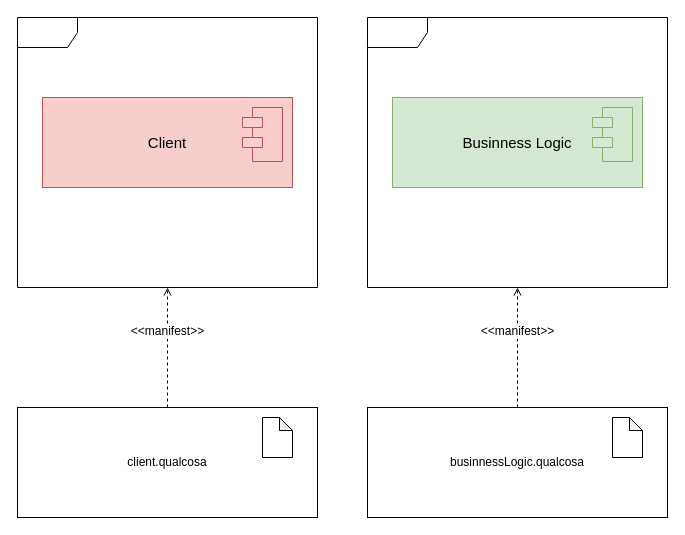
Marco-Burattoni/Progetto-ids keeps this draw.io diagram as page "artefatti" (1 of 2) of progettazione/deployment.drawio. Above is the earlier version. Source tidied: cells renumbered, new cells numbered last; positions are measured from the earlier drawing's top-left corner, leaving out a move shared by most shapes. Both pictures are drawn from the tidied source at 100%, with x=0, y=0 at pixel (17, 17).
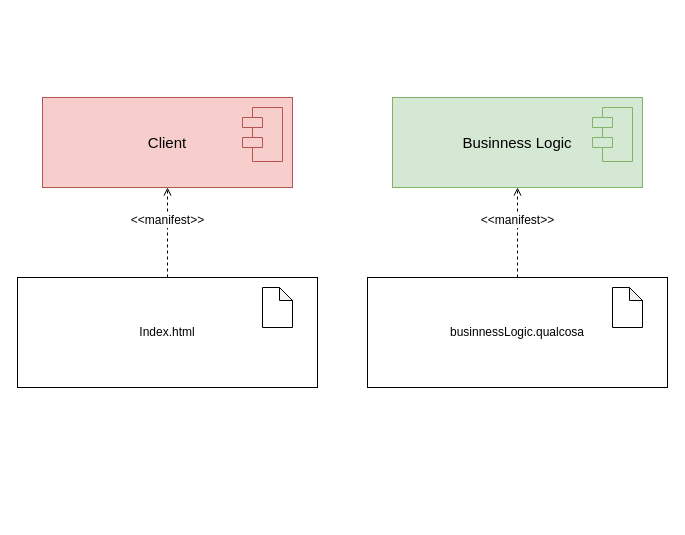
The same diagram, later.

Change to the diagram source:
```diff
@@
 <mxGraphModel>
   <root>
     <mxCell id="0" />
     <mxCell id="1" parent="0" />
-    <mxCell id="2" style="shape=umlFrame;whiteSpace=wrap;html=1;" parent="1" vertex="1">
-      <mxGeometry width="300" height="270" as="geometry" />
-    </mxCell>
     <mxCell id="3" value="Client" style="rounded=0;whiteSpace=wrap;html=1;fontSize=15;fillColor=#f8cecc;strokeColor=#b85450;" parent="1" vertex="1">
       <mxGeometry x="25" y="80" width="250" height="90" as="geometry" />
     </mxCell>
     <mxCell id="4" style="shape=module;align=left;spacingLeft=20;align=center;verticalAlign=top;fontSize=15;fillColor=#f8cecc;strokeColor=#b85450;" parent="1" vertex="1">
       <mxGeometry x="225" y="90" width="40" height="54" as="geometry" />
     </mxCell>
-    <mxCell id="5" style="rounded=0;jettySize=auto;html=1;dashed=1;endArrow=open;endFill=0;" parent="1" edge="1" source="7" target="2">
+    <mxCell id="5" style="rounded=0;jettySize=auto;html=1;dashed=1;endArrow=open;endFill=0;" parent="1" edge="1" source="7" target="3">
       <mxGeometry relative="1" as="geometry" />
     </mxCell>
     <mxCell id="6" value="&lt;font style=&quot;font-size: 12px;&quot;&gt;&amp;lt;&amp;lt;manifest&amp;gt;&amp;gt;&lt;/font&gt;" style="edgeLabel;html=1;align=center;verticalAlign=middle;" parent="5" vertex="1">
       <mxGeometry x="0.29" y="1" relative="1" as="geometry" />
     </mxCell>
-    <mxCell id="7" value="client.qualcosa" style="rounded=0;whiteSpace=wrap;html=1;fillColor=none;strokeColor=#000000;strokeWidth=1;" parent="1" vertex="1">
-      <mxGeometry y="390" width="300" height="110" as="geometry" />
+    <mxCell id="7" value="Index.html" style="rounded=0;whiteSpace=wrap;html=1;fillColor=none;strokeColor=#000000;strokeWidth=1;" parent="1" vertex="1">
+      <mxGeometry y="260" width="300" height="110" as="geometry" />
     </mxCell>
     <mxCell id="8" style="shape=note;whiteSpace=wrap;html=1;backgroundOutline=1;darkOpacity=0.05;strokeColor=#000000;strokeWidth=1;size=13;" parent="1" vertex="1">
-      <mxGeometry x="245" y="400" width="30" height="40" as="geometry" />
+      <mxGeometry x="245" y="270" width="30" height="40" as="geometry" />
     </mxCell>
-    <mxCell id="9" style="shape=umlFrame;whiteSpace=wrap;html=1;" parent="1" vertex="1">
-      <mxGeometry x="350" width="300" height="270" as="geometry" />
-    </mxCell>
     <mxCell id="10" value="Businness Logic" style="rounded=0;whiteSpace=wrap;html=1;fontSize=15;fillColor=#d5e8d4;strokeColor=#82b366;" parent="1" vertex="1">
       <mxGeometry x="375" y="80" width="250" height="90" as="geometry" />
     </mxCell>
     <mxCell id="11" style="shape=module;align=left;spacingLeft=20;align=center;verticalAlign=top;fontSize=15;fillColor=#d5e8d4;strokeColor=#82b366;" parent="1" vertex="1">
       <mxGeometry x="575" y="90" width="40" height="54" as="geometry" />
     </mxCell>
-    <mxCell id="12" style="rounded=0;jettySize=auto;html=1;dashed=1;endArrow=open;endFill=0;" parent="1" edge="1" source="14" target="9">
+    <mxCell id="12" style="rounded=0;jettySize=auto;html=1;dashed=1;endArrow=open;endFill=0;" parent="1" edge="1" source="14" target="10">
       <mxGeometry relative="1" as="geometry" />
     </mxCell>
     <mxCell id="13" value="&lt;font style=&quot;font-size: 12px;&quot;&gt;&amp;lt;&amp;lt;manifest&amp;gt;&amp;gt;&lt;/font&gt;" style="edgeLabel;html=1;align=center;verticalAlign=middle;" parent="12" vertex="1">
       <mxGeometry x="0.29" y="1" relative="1" as="geometry" />
     </mxCell>
     <mxCell id="14" value="businnessLogic.qualcosa" style="rounded=0;whiteSpace=wrap;html=1;fillColor=none;strokeColor=#000000;strokeWidth=1;" parent="1" vertex="1">
-      <mxGeometry x="350" y="390" width="300" height="110" as="geometry" />
+      <mxGeometry x="350" y="260" width="300" height="110" as="geometry" />
     </mxCell>
     <mxCell id="15" style="shape=note;whiteSpace=wrap;html=1;backgroundOutline=1;darkOpacity=0.05;strokeColor=#000000;strokeWidth=1;size=13;" parent="1" vertex="1">
-      <mxGeometry x="595" y="400" width="30" height="40" as="geometry" />
+      <mxGeometry x="595" y="270" width="30" height="40" as="geometry" />
     </mxCell>
   </root>
 </mxGraphModel>
```
